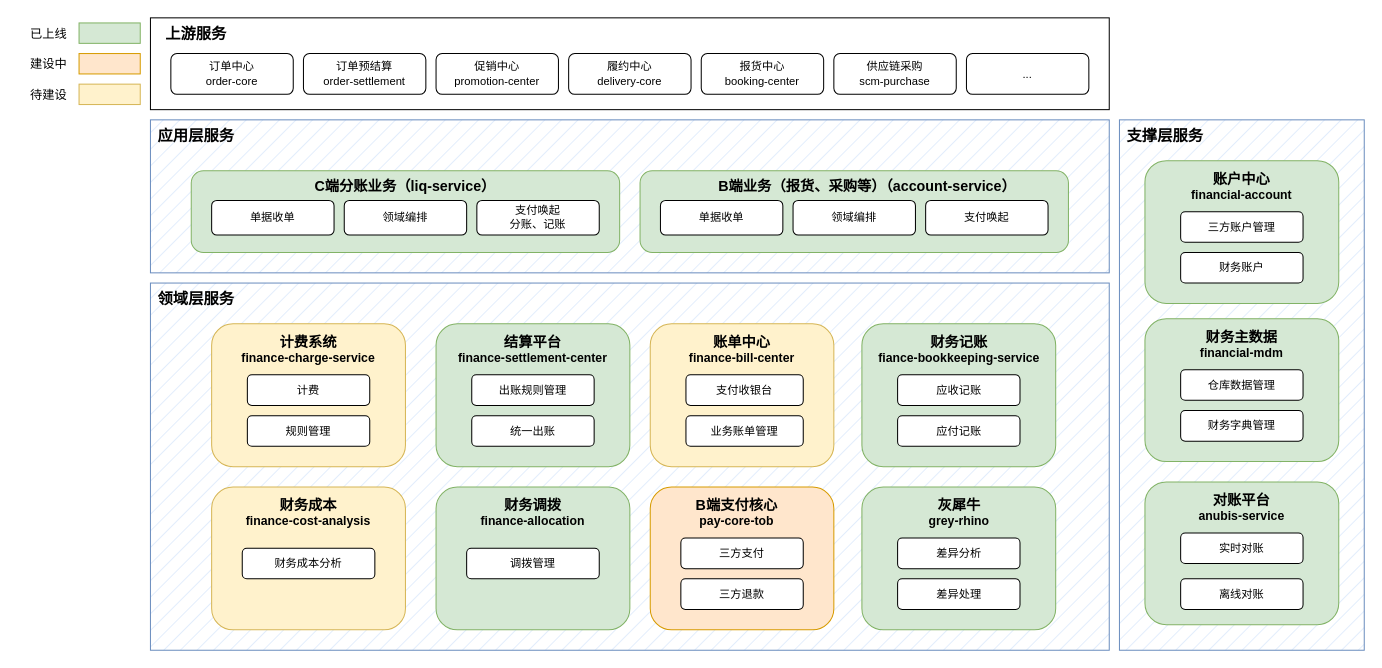
Earlier version of the draw.io diagram page "系统架构图" (2 of 6) of C端清洁算架构.drawio (JannLim/design). Source tidied: cells renumbered, new cells numbered last; positions are measured from the earlier drawing's top-left corner, leaving out a move shared by most shapes. Both pictures are drawn from the tidied source at 102%, with x=0, y=0 at pixel (17, 17).
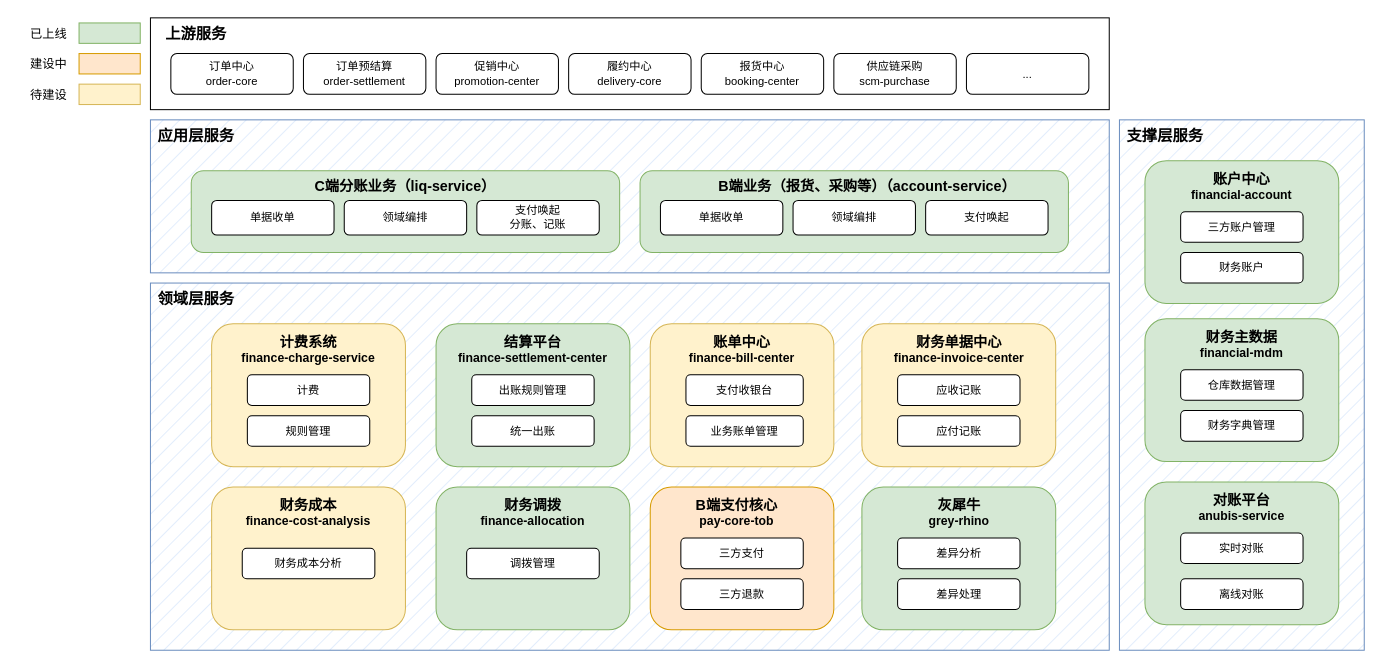
After the change.

Change to the diagram source:
```diff
@@
-    <mxCell id="37" style="rounded=1;whiteSpace=wrap;html=1;fillStyle=auto;fontSize=11;fillColor=#d5e8d4;strokeColor=#82b366;" parent="1" vertex="1">
+    <mxCell id="37" style="rounded=1;whiteSpace=wrap;html=1;fillStyle=auto;fontSize=11;fillColor=#fff2cc;strokeColor=#d6b656;" parent="1" vertex="1">
       <mxGeometry x="827.5" y="300" width="190" height="140" as="geometry" />
     </mxCell>
-    <mxCell id="38" value="&lt;span style=&quot;font-size: 14px;&quot;&gt;&lt;b&gt;财务记账&lt;br&gt;&lt;/b&gt;&lt;/span&gt;&lt;b&gt;fiance-bookkeeping-service&lt;/b&gt;" style="text;html=1;strokeColor=none;fillColor=none;align=center;verticalAlign=middle;whiteSpace=wrap;rounded=0;fillStyle=hatch;" parent="1" vertex="1">
+    <mxCell id="38" value="&lt;span style=&quot;font-size: 14px;&quot;&gt;&lt;b&gt;财务单据中心&lt;br&gt;&lt;/b&gt;&lt;/span&gt;&lt;b&gt;finance-invoice-center&lt;/b&gt;" style="text;html=1;strokeColor=none;fillColor=none;align=center;verticalAlign=middle;whiteSpace=wrap;rounded=0;fillStyle=hatch;" parent="1" vertex="1">
       <mxGeometry x="837.5" y="300" width="170" height="50" as="geometry" />
     </mxCell>
```
